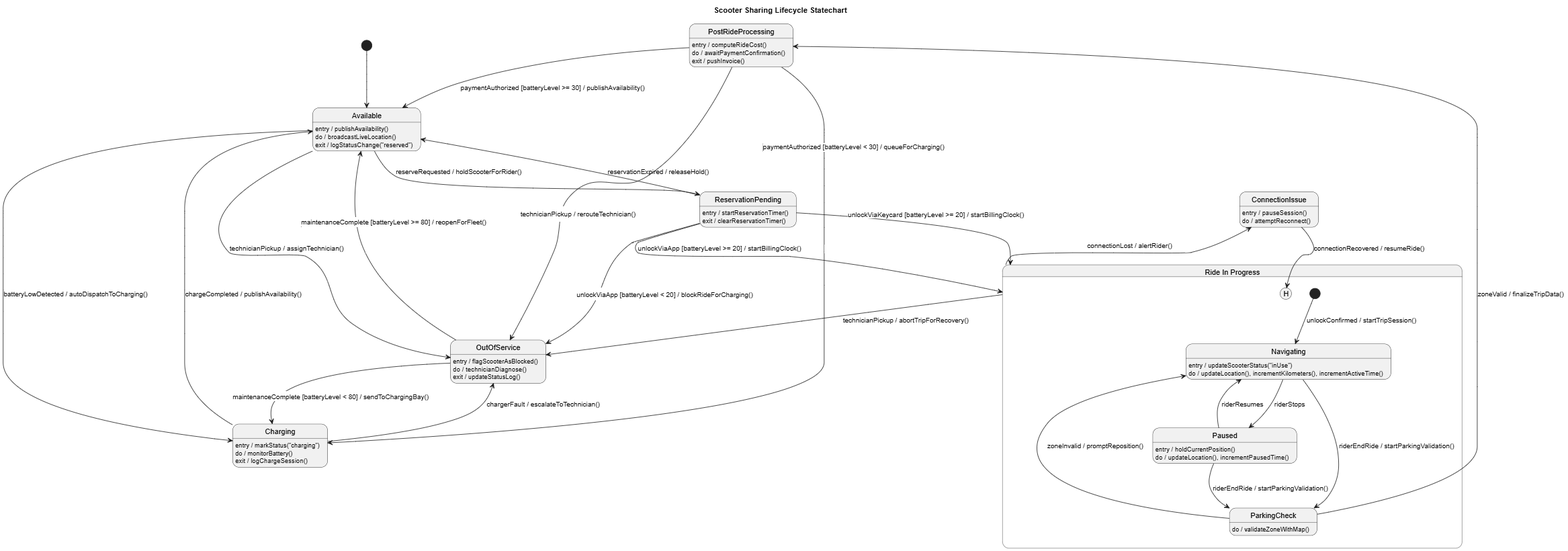
The PlantUML diagram Assignment3/statechart.png in Joosep-Tamm/System_modelling, before a commit. Its source is kept beside it as Assignment3/statechart.puml.
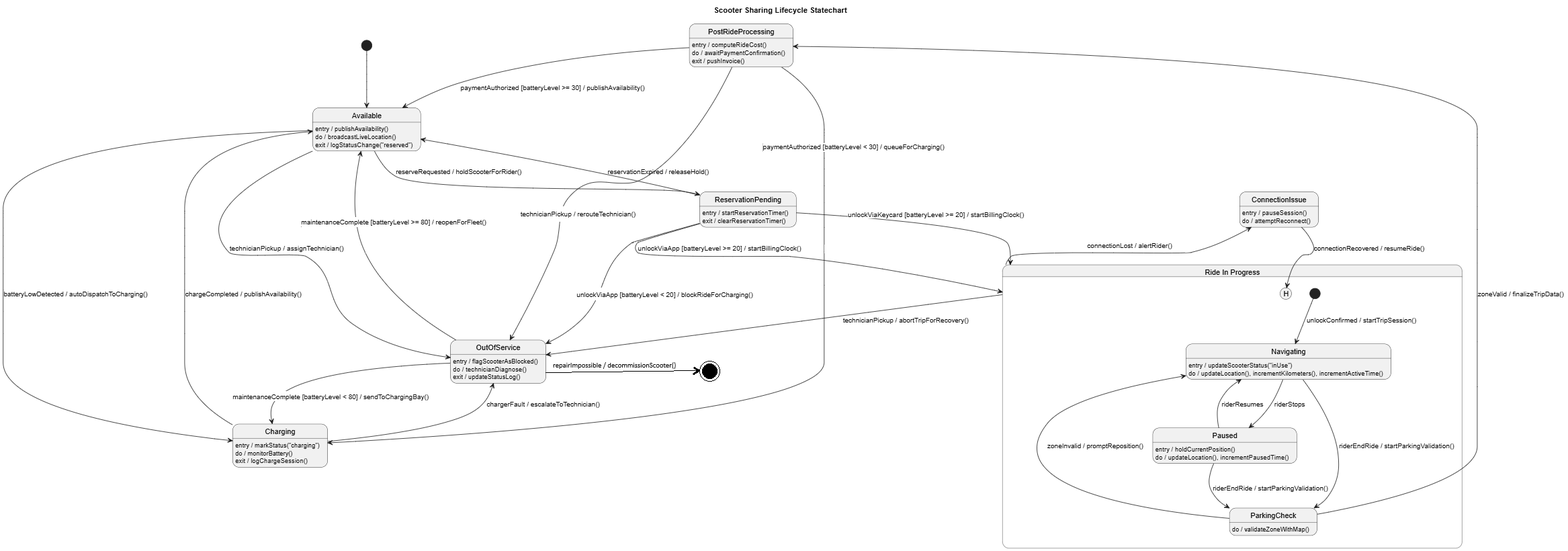
The same diagram one commit later.

Change to the diagram source:
```diff
@@ -70,5 +70,6 @@
 
 OutOfService --> Charging : maintenanceComplete [batteryLevel < 80] / sendToChargingBay()
 OutOfService --> Available : maintenanceComplete [batteryLevel >= 80] / reopenForFleet()
+OutOfService --> [*] : beyondRepair / decommissionScooter()
 
 @enduml
```
